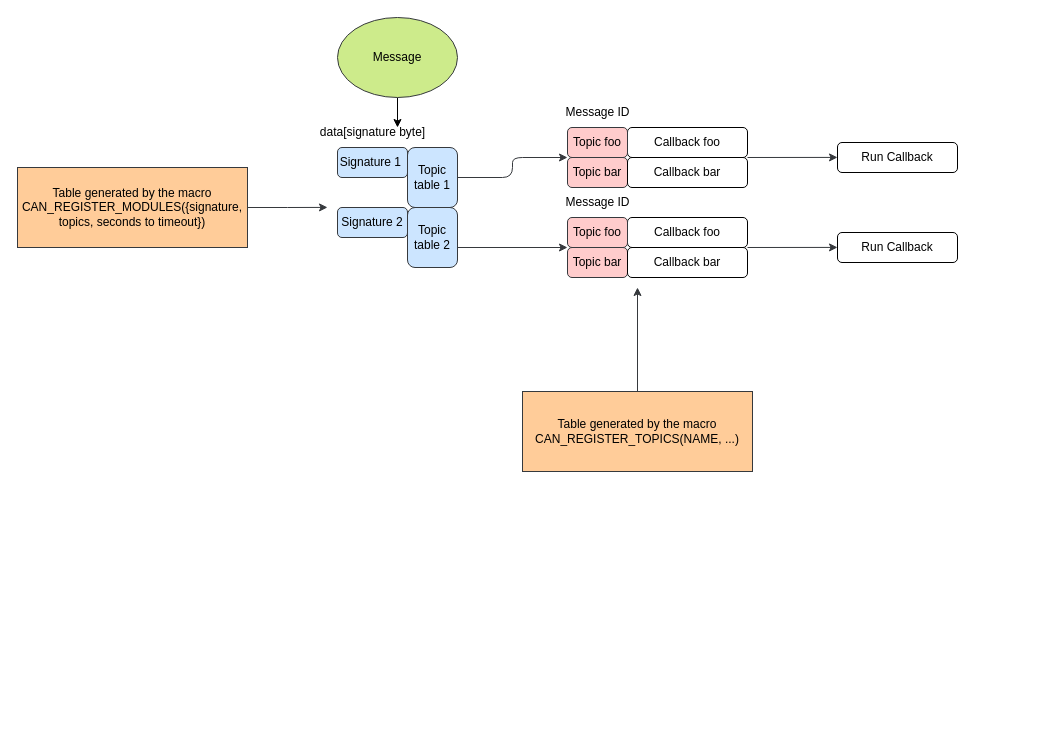
The draw.io diagram doc/CanParser.drawio in ZeniteSolar/CAN_PARSER, before the edit. Source tidied: cells renumbered, new cells numbered last; positions are measured from the earlier drawing's top-left corner, leaving out a move shared by most shapes. Both pictures are drawn from the tidied source at 100%, with x=0, y=0 at pixel (17, 17).
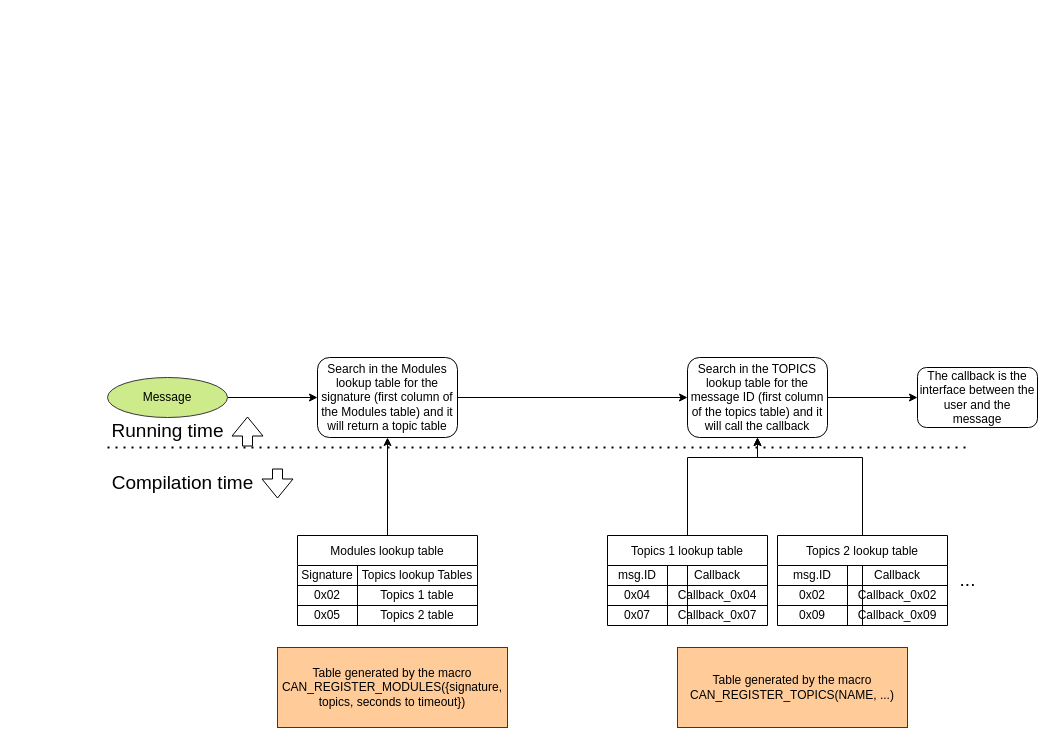
The same page after the edit.

Commit message (it also covers changes not shown here):
Create a better diagram

Diff of the diagram source:
```diff
@@
-    <mxCell id="2" style="edgeStyle=orthogonalEdgeStyle;rounded=0;orthogonalLoop=1;jettySize=auto;html=1;" parent="1" edge="1">
-      <mxGeometry relative="1" as="geometry">
-        <mxPoint x="380" y="80" as="sourcePoint" />
-        <mxPoint x="380" y="110" as="targetPoint" />
-      </mxGeometry>
-    </mxCell>
+    <mxCell id="29" style="edgeStyle=orthogonalEdgeStyle;rounded=0;jettySize=auto;html=1;exitX=1;exitY=0.5;exitDx=0;exitDy=0;entryX=0;entryY=0.5;entryDx=0;entryDy=0;" parent="1" edge="1" source="3" target="17">
+      <mxGeometry relative="1" as="geometry" />
+    </mxCell>
     <mxCell id="3" value="Message" style="ellipse;whiteSpace=wrap;html=1;fillColor=#cdeb8b;strokeColor=#36393d;" parent="1" vertex="1">
-      <mxGeometry x="320" width="120" height="80" as="geometry" />
+      <mxGeometry x="90" y="360" width="120" height="40" as="geometry" />
     </mxCell>
-    <mxCell id="4" value="Signature 1&amp;nbsp;" style="rounded=1;whiteSpace=wrap;html=1;fillColor=#cce5ff;strokeColor=#36393d;" parent="1" vertex="1">
-      <mxGeometry x="320" y="130" width="70" height="30" as="geometry" />
-    </mxCell>
-    <mxCell id="5" style="edgeStyle=orthogonalEdgeStyle;rounded=0;jettySize=auto;html=1;exitX=1;exitY=0.5;exitDx=0;exitDy=0;entryX=0;entryY=1;entryDx=0;entryDy=0;fillColor=#cdeb8b;strokeColor=#36393d;" parent="1" edge="1" target="20">
-      <mxGeometry relative="1" as="geometry">
-        <mxPoint x="440" y="205" as="sourcePoint" />
-        <Array as="points">
-          <mxPoint x="440" y="230" />
-        </Array>
-      </mxGeometry>
-    </mxCell>
-    <mxCell id="6" style="edgeStyle=orthogonalEdgeStyle;rounded=0;jettySize=auto;html=1;exitX=1;exitY=0.5;exitDx=0;exitDy=0;fillColor=#cdeb8b;strokeColor=#36393d;" parent="1" edge="1" source="7">
-      <mxGeometry relative="1" as="geometry">
-        <mxPoint x="310" y="189.9" as="targetPoint" />
-      </mxGeometry>
-    </mxCell>
-    <mxCell id="7" value="&lt;div&gt;Table generated by the macro&lt;/div&gt;&lt;div&gt;CAN_REGISTER_MODULES({signature, topics, seconds to timeout})&lt;/div&gt;" style="rounded=0;whiteSpace=wrap;html=1;fillColor=#ffcc99;strokeColor=#36393d;" parent="1" vertex="1">
-      <mxGeometry y="150" width="230" height="80" as="geometry" />
+    <mxCell id="7" value="&lt;div&gt;Table generated by the macro&lt;/div&gt;&lt;div&gt;CAN_REGISTER_MODULES({signature, topics, seconds to timeout})&lt;/div&gt;" style="rounded=0;whiteSpace=wrap;html=1;fillColor=#ffcc99;strokeColor=#36393d;flipV=0;" parent="1" vertex="1">
+      <mxGeometry x="260" y="630" width="230" height="80" as="geometry" />
     </mxCell>
-    <mxCell id="8" value="Topic bar" style="rounded=1;whiteSpace=wrap;html=1;fillColor=#ffcccc;strokeColor=#36393d;" parent="1" vertex="1">
-      <mxGeometry x="550" y="230" width="60" height="30" as="geometry" />
-    </mxCell>
-    <mxCell id="9" style="edgeStyle=orthogonalEdgeStyle;rounded=0;jettySize=auto;html=1;exitX=0.5;exitY=0;exitDx=0;exitDy=0;fillColor=#cdeb8b;strokeColor=#36393d;" parent="1" edge="1" source="10">
-      <mxGeometry relative="1" as="geometry">
-        <mxPoint x="620" y="270" as="targetPoint" />
-      </mxGeometry>
-    </mxCell>
-    <mxCell id="10" value="&lt;div&gt;Table generated by the macro&lt;/div&gt;CAN_REGISTER_TOPICS(NAME, ...) " style="rounded=0;whiteSpace=wrap;html=1;fillColor=#ffcc99;strokeColor=#36393d;" parent="1" vertex="1">
-      <mxGeometry x="505" y="374" width="230" height="80" as="geometry" />
+    <mxCell id="10" value="&lt;div&gt;Table generated by the macro&lt;/div&gt;CAN_REGISTER_TOPICS(NAME, ...) " style="rounded=0;whiteSpace=wrap;html=1;fillColor=#ffcc99;strokeColor=#36393d;flipV=0;" parent="1" vertex="1">
+      <mxGeometry x="660" y="630" width="230" height="80" as="geometry" />
     </mxCell>
-    <mxCell id="11" value="Callback foo" style="rounded=1;whiteSpace=wrap;html=1;" parent="1" vertex="1">
-      <mxGeometry x="610" y="200" width="120" height="30" as="geometry" />
-    </mxCell>
-    <mxCell id="12" style="edgeStyle=none;html=1;exitX=1;exitY=0;exitDx=0;exitDy=0;fillColor=#cdeb8b;strokeColor=#36393d;" parent="1" edge="1" source="13">
-      <mxGeometry relative="1" as="geometry">
-        <mxPoint x="820" y="229.9" as="targetPoint" />
-      </mxGeometry>
-    </mxCell>
-    <mxCell id="13" value="Callback bar" style="rounded=1;whiteSpace=wrap;html=1;" parent="1" vertex="1">
-      <mxGeometry x="610" y="230" width="120" height="30" as="geometry" />
-    </mxCell>
-    <mxCell id="14" value="data[signature byte]" style="text;html=1;align=center;verticalAlign=middle;strokeColor=none;fillColor=none;" parent="1" vertex="1">
-      <mxGeometry x="290" y="100" width="130" height="30" as="geometry" />
-    </mxCell>
-    <mxCell id="15" value="Message ID" style="text;html=1;align=center;verticalAlign=middle;strokeColor=none;fillColor=none;" parent="1" vertex="1">
-      <mxGeometry x="535" y="170" width="90" height="30" as="geometry" />
-    </mxCell>
-    <mxCell id="16" value="Signature 2" style="rounded=1;whiteSpace=wrap;html=1;fillColor=#cce5ff;strokeColor=#36393d;" parent="1" vertex="1">
-      <mxGeometry x="320" y="190" width="70" height="30" as="geometry" />
-    </mxCell>
+    <mxCell id="30" style="edgeStyle=orthogonalEdgeStyle;rounded=0;jettySize=auto;html=1;exitX=1;exitY=0.5;exitDx=0;exitDy=0;entryX=0;entryY=0.5;entryDx=0;entryDy=0;fontSize=19;" parent="1" edge="1" source="17" target="32">
+      <mxGeometry relative="1" as="geometry" />
+    </mxCell>
-    <mxCell id="17" style="edgeStyle=elbowEdgeStyle;html=1;exitX=1;exitY=0.5;exitDx=0;exitDy=0;entryX=0;entryY=1;entryDx=0;entryDy=0;fillColor=#cdeb8b;strokeColor=#36393d;" parent="1" edge="1" source="18" target="27">
-      <mxGeometry relative="1" as="geometry" />
+    <mxCell id="17" value="Search in the Modules lookup table for the signature (first column of the Modules table) and it will return a topic table" style="rounded=1;whiteSpace=wrap;html=1;" parent="1" vertex="1">
+      <mxGeometry x="300" y="340" width="140" height="80" as="geometry" />
     </mxCell>
-    <mxCell id="18" value="Topic table 1" style="rounded=1;whiteSpace=wrap;html=1;fillColor=#cce5ff;strokeColor=#36393d;" parent="1" vertex="1">
-      <mxGeometry x="390" y="130" width="50" height="60" as="geometry" />
-    </mxCell>
-    <mxCell id="19" value="Topic table 2" style="rounded=1;whiteSpace=wrap;html=1;fillColor=#cce5ff;strokeColor=#36393d;" parent="1" vertex="1">
-      <mxGeometry x="390" y="190" width="50" height="60" as="geometry" />
-    </mxCell>
-    <mxCell id="20" value="Topic foo" style="rounded=1;whiteSpace=wrap;html=1;fillColor=#ffcccc;strokeColor=#36393d;" parent="1" vertex="1">
-      <mxGeometry x="550" y="200" width="60" height="30" as="geometry" />
-    </mxCell>
-    <mxCell id="21" value="Run Callback" style="rounded=1;whiteSpace=wrap;html=1;" parent="1" vertex="1">
-      <mxGeometry x="820" y="215" width="120" height="30" as="geometry" />
-    </mxCell>
-    <mxCell id="22" value="Topic bar" style="rounded=1;whiteSpace=wrap;html=1;fillColor=#ffcccc;strokeColor=#36393d;" parent="1" vertex="1">
-      <mxGeometry x="550" y="140" width="60" height="30" as="geometry" />
-    </mxCell>
-    <mxCell id="23" value="Callback foo" style="rounded=1;whiteSpace=wrap;html=1;" parent="1" vertex="1">
-      <mxGeometry x="610" y="110" width="120" height="30" as="geometry" />
-    </mxCell>
-    <mxCell id="24" style="edgeStyle=none;html=1;exitX=1;exitY=0;exitDx=0;exitDy=0;fillColor=#cdeb8b;strokeColor=#36393d;" parent="1" edge="1" source="25">
-      <mxGeometry relative="1" as="geometry">
-        <mxPoint x="820" y="139.9" as="targetPoint" />
-      </mxGeometry>
-    </mxCell>
-    <mxCell id="25" value="Callback bar" style="rounded=1;whiteSpace=wrap;html=1;" parent="1" vertex="1">
-      <mxGeometry x="610" y="140" width="120" height="30" as="geometry" />
-    </mxCell>
-    <mxCell id="26" value="Message ID" style="text;html=1;align=center;verticalAlign=middle;strokeColor=none;fillColor=none;" parent="1" vertex="1">
-      <mxGeometry x="535" y="80" width="90" height="30" as="geometry" />
-    </mxCell>
-    <mxCell id="27" value="Topic foo" style="rounded=1;whiteSpace=wrap;html=1;fillColor=#ffcccc;strokeColor=#36393d;" parent="1" vertex="1">
-      <mxGeometry x="550" y="110" width="60" height="30" as="geometry" />
-    </mxCell>
-    <mxCell id="28" value="Run Callback" style="rounded=1;whiteSpace=wrap;html=1;" parent="1" vertex="1">
-      <mxGeometry x="820" y="125" width="120" height="30" as="geometry" />
-    </mxCell>
+    <mxCell id="31" style="edgeStyle=orthogonalEdgeStyle;rounded=0;jettySize=auto;html=1;fontSize=19;" parent="1" edge="1" source="32" target="67">
+      <mxGeometry relative="1" as="geometry" />
+    </mxCell>
+    <mxCell id="32" value="Search in the TOPICS lookup table for the message ID (first column of the topics table) and it will call the callback" style="rounded=1;whiteSpace=wrap;html=1;" parent="1" vertex="1">
+      <mxGeometry x="670" y="340" width="140" height="80" as="geometry" />
+    </mxCell>
+    <mxCell id="33" style="edgeStyle=orthogonalEdgeStyle;rounded=0;jettySize=auto;html=1;exitX=0.5;exitY=0;exitDx=0;exitDy=0;entryX=0.5;entryY=1;entryDx=0;entryDy=0;fontSize=19;" parent="1" edge="1" source="34" target="17">
+      <mxGeometry relative="1" as="geometry" />
+    </mxCell>
+    <mxCell id="34" value="Modules lookup table" style="shape=table;startSize=30;childLayout=tableLayout;flipV=0;" parent="1" vertex="1">
+      <mxGeometry x="280" y="518" width="180" height="90" as="geometry" />
+    </mxCell>
+    <mxCell id="35" style="shape=tableRow;horizontal=0;startSize=0;swimlaneHead=0;swimlaneBody=0;strokeColor=inherit;top=0;left=0;bottom=0;right=0;fillColor=none;" parent="34" vertex="1">
+      <mxGeometry y="30" width="180" height="20" as="geometry" />
+    </mxCell>
+    <mxCell id="36" value="Signature" style="shape=partialRectangle;html=1;whiteSpace=wrap;strokeColor=inherit;overflow=hidden;fillColor=none;top=0;left=0;bottom=0;right=0;" parent="35" vertex="1">
+      <mxGeometry width="60" height="20" as="geometry" />
+    </mxCell>
+    <mxCell id="37" value="Topics lookup Tables" style="shape=partialRectangle;html=1;whiteSpace=wrap;strokeColor=inherit;overflow=hidden;fillColor=none;top=0;left=0;bottom=0;right=0;" parent="35" vertex="1">
+      <mxGeometry x="60" width="120" height="20" as="geometry" />
+    </mxCell>
+    <mxCell id="38" style="shape=tableRow;horizontal=0;startSize=0;swimlaneHead=0;swimlaneBody=0;strokeColor=inherit;top=0;left=0;bottom=0;right=0;fillColor=none;" parent="34" vertex="1">
+      <mxGeometry y="50" width="180" height="20" as="geometry" />
+    </mxCell>
+    <mxCell id="39" value="0x02" style="shape=partialRectangle;html=1;whiteSpace=wrap;strokeColor=inherit;overflow=hidden;fillColor=none;top=0;left=0;bottom=0;right=0;" parent="38" vertex="1">
+      <mxGeometry width="60" height="20" as="geometry" />
+    </mxCell>
+    <mxCell id="40" value="Topics 1 table" style="shape=partialRectangle;html=1;whiteSpace=wrap;strokeColor=inherit;overflow=hidden;fillColor=none;top=0;left=0;bottom=0;right=0;" parent="38" vertex="1">
+      <mxGeometry x="60" width="120" height="20" as="geometry" />
+    </mxCell>
+    <mxCell id="41" style="shape=tableRow;horizontal=0;startSize=0;swimlaneHead=0;swimlaneBody=0;strokeColor=inherit;top=0;left=0;bottom=0;right=0;fillColor=none;" parent="34" vertex="1">
+      <mxGeometry y="70" width="180" height="20" as="geometry" />
+    </mxCell>
+    <mxCell id="42" value="0x05" style="shape=partialRectangle;html=1;whiteSpace=wrap;strokeColor=inherit;overflow=hidden;fillColor=none;top=0;left=0;bottom=0;right=0;" parent="41" vertex="1">
+      <mxGeometry width="60" height="20" as="geometry" />
+    </mxCell>
+    <mxCell id="43" value="Topics 2 table" style="shape=partialRectangle;html=1;whiteSpace=wrap;strokeColor=inherit;overflow=hidden;fillColor=none;top=0;left=0;bottom=0;right=0;" parent="41" vertex="1">
+      <mxGeometry x="60" width="120" height="20" as="geometry" />
+    </mxCell>
+    <mxCell id="44" style="edgeStyle=orthogonalEdgeStyle;rounded=0;jettySize=auto;html=1;fontSize=19;exitX=0.5;exitY=0.944;exitDx=0;exitDy=0;exitPerimeter=0;entryX=0.5;entryY=1;entryDx=0;entryDy=0;" parent="1" edge="1" source="52" target="32">
+      <mxGeometry relative="1" as="geometry">
+        <Array as="points">
+          <mxPoint x="670" y="440" />
+          <mxPoint x="740" y="440" />
+        </Array>
+      </mxGeometry>
+    </mxCell>
+    <mxCell id="45" value="Topics 1 lookup table" style="shape=table;startSize=30;childLayout=tableLayout;flipV=0;" parent="1" vertex="1">
+      <mxGeometry x="590" y="518" width="160" height="90" as="geometry" />
+    </mxCell>
+    <mxCell id="46" style="shape=tableRow;horizontal=0;startSize=0;swimlaneHead=0;swimlaneBody=0;strokeColor=inherit;top=0;left=0;bottom=0;right=0;fillColor=none;" parent="45" vertex="1">
+      <mxGeometry y="30" width="160" height="20" as="geometry" />
+    </mxCell>
+    <mxCell id="47" value="msg.ID" style="shape=partialRectangle;html=1;whiteSpace=wrap;strokeColor=inherit;overflow=hidden;fillColor=none;top=0;left=0;bottom=0;right=0;" parent="46" vertex="1">
+      <mxGeometry width="60" height="20" as="geometry" />
+    </mxCell>
+    <mxCell id="48" value="Callback" style="shape=partialRectangle;html=1;whiteSpace=wrap;strokeColor=inherit;overflow=hidden;fillColor=none;top=0;left=0;bottom=0;right=0;" parent="46" vertex="1">
+      <mxGeometry x="60" width="100" height="20" as="geometry" />
+    </mxCell>
+    <mxCell id="49" style="shape=tableRow;horizontal=0;startSize=0;swimlaneHead=0;swimlaneBody=0;strokeColor=inherit;top=0;left=0;bottom=0;right=0;fillColor=none;" parent="45" vertex="1">
+      <mxGeometry y="50" width="160" height="20" as="geometry" />
+    </mxCell>
+    <mxCell id="50" value="0x04" style="shape=partialRectangle;html=1;whiteSpace=wrap;strokeColor=inherit;overflow=hidden;fillColor=none;top=0;left=0;bottom=0;right=0;" parent="49" vertex="1">
+      <mxGeometry width="60" height="20" as="geometry" />
+    </mxCell>
+    <mxCell id="51" value="Callback_0x04" style="shape=partialRectangle;html=1;whiteSpace=wrap;strokeColor=inherit;overflow=hidden;fillColor=none;top=0;left=0;bottom=0;right=0;" parent="49" vertex="1">
+      <mxGeometry x="60" width="100" height="20" as="geometry" />
+    </mxCell>
+    <mxCell id="52" style="shape=tableRow;horizontal=0;startSize=0;swimlaneHead=0;swimlaneBody=0;strokeColor=inherit;top=0;left=0;bottom=0;right=0;fillColor=none;points=[[0,0.5],[1,0.5]];portConstraint=eastwest;" parent="45" vertex="1">
+      <mxGeometry y="70" width="160" height="20" as="geometry" />
+    </mxCell>
+    <mxCell id="53" value="0x07" style="shape=partialRectangle;html=1;whiteSpace=wrap;strokeColor=inherit;overflow=hidden;fillColor=none;top=0;left=0;bottom=0;right=0;" parent="52" vertex="1">
+      <mxGeometry width="60" height="20" as="geometry" />
+    </mxCell>
+    <mxCell id="54" value="Callback_0x07" style="shape=partialRectangle;html=1;whiteSpace=wrap;strokeColor=inherit;overflow=hidden;fillColor=none;top=0;left=0;bottom=0;right=0;" parent="52" vertex="1">
+      <mxGeometry x="60" width="100" height="20" as="geometry" />
+    </mxCell>
+    <mxCell id="55" style="edgeStyle=orthogonalEdgeStyle;rounded=0;jettySize=auto;html=1;exitX=0.5;exitY=1;exitDx=0;exitDy=0;fontSize=19;" parent="1" edge="1" source="56">
+      <mxGeometry relative="1" as="geometry">
+        <mxPoint x="740" y="420" as="targetPoint" />
+        <Array as="points">
+          <mxPoint x="845" y="440" />
+          <mxPoint x="740" y="440" />
+        </Array>
+      </mxGeometry>
+    </mxCell>
+    <mxCell id="56" value="Topics 2 lookup table" style="shape=table;startSize=30;childLayout=tableLayout;flipV=0;" parent="1" vertex="1">
+      <mxGeometry x="760" y="518" width="170" height="90" as="geometry" />
+    </mxCell>
+    <mxCell id="57" style="shape=tableRow;horizontal=0;startSize=0;swimlaneHead=0;swimlaneBody=0;strokeColor=inherit;top=0;left=0;bottom=0;right=0;fillColor=none;" parent="56" vertex="1">
+      <mxGeometry y="30" width="170" height="20" as="geometry" />
+    </mxCell>
+    <mxCell id="58" value="msg.ID" style="shape=partialRectangle;html=1;whiteSpace=wrap;strokeColor=inherit;overflow=hidden;fillColor=none;top=0;left=0;bottom=0;right=0;" parent="57" vertex="1">
+      <mxGeometry width="70" height="20" as="geometry" />
+    </mxCell>
+    <mxCell id="59" value="Callback" style="shape=partialRectangle;html=1;whiteSpace=wrap;strokeColor=inherit;overflow=hidden;fillColor=none;top=0;left=0;bottom=0;right=0;" parent="57" vertex="1">
+      <mxGeometry x="70" width="100" height="20" as="geometry" />
+    </mxCell>
+    <mxCell id="60" style="shape=tableRow;horizontal=0;startSize=0;swimlaneHead=0;swimlaneBody=0;strokeColor=inherit;top=0;left=0;bottom=0;right=0;fillColor=none;" parent="56" vertex="1">
+      <mxGeometry y="50" width="170" height="20" as="geometry" />
+    </mxCell>
+    <mxCell id="61" value="0x02" style="shape=partialRectangle;html=1;whiteSpace=wrap;strokeColor=inherit;overflow=hidden;fillColor=none;top=0;left=0;bottom=0;right=0;" parent="60" vertex="1">
+      <mxGeometry width="70" height="20" as="geometry" />
+    </mxCell>
+    <mxCell id="62" value="Callback_0x02" style="shape=partialRectangle;html=1;whiteSpace=wrap;strokeColor=inherit;overflow=hidden;fillColor=none;top=0;left=0;bottom=0;right=0;" parent="60" vertex="1">
+      <mxGeometry x="70" width="100" height="20" as="geometry" />
+    </mxCell>
+    <mxCell id="63" style="shape=tableRow;horizontal=0;startSize=0;swimlaneHead=0;swimlaneBody=0;strokeColor=inherit;top=0;left=0;bottom=0;right=0;fillColor=none;" parent="56" vertex="1">
+      <mxGeometry y="70" width="170" height="20" as="geometry" />
+    </mxCell>
+    <mxCell id="64" value="0x09" style="shape=partialRectangle;html=1;whiteSpace=wrap;strokeColor=inherit;overflow=hidden;fillColor=none;top=0;left=0;bottom=0;right=0;" parent="63" vertex="1">
+      <mxGeometry width="70" height="20" as="geometry" />
+    </mxCell>
+    <mxCell id="65" value="Callback_0x09" style="shape=partialRectangle;html=1;whiteSpace=wrap;strokeColor=inherit;overflow=hidden;fillColor=none;top=0;left=0;bottom=0;right=0;" parent="63" vertex="1">
+      <mxGeometry x="70" width="100" height="20" as="geometry" />
+    </mxCell>
+    <mxCell id="66" value="..." style="text;html=1;align=center;verticalAlign=middle;strokeColor=none;fillColor=none;fontSize=19;flipV=0;" parent="1" vertex="1">
+      <mxGeometry x="930" y="543" width="40" height="40" as="geometry" />
+    </mxCell>
+    <mxCell id="67" value="The callback is the interface between the user and the message" style="whiteSpace=wrap;html=1;rounded=1;" parent="1" vertex="1">
+      <mxGeometry x="900" y="350" width="120" height="60" as="geometry" />
+    </mxCell>
+    <mxCell id="68" style="endArrow=none;dashed=1;html=1;dashPattern=1 3;strokeWidth=2;rounded=0;fontSize=19;" parent="1" edge="1">
+      <mxGeometry relative="1" as="geometry">
+        <mxPoint x="90" y="430" as="sourcePoint" />
+        <mxPoint x="950" y="430" as="targetPoint" />
+      </mxGeometry>
+    </mxCell>
+    <mxCell id="69" value="Running time" style="text;html=1;align=center;verticalAlign=middle;strokeColor=none;fillColor=none;fontSize=19;" parent="1" vertex="1">
+      <mxGeometry x="80" y="394" width="140" height="40" as="geometry" />
+    </mxCell>
+    <mxCell id="70" value="Compilation time" style="text;html=1;align=center;verticalAlign=middle;strokeColor=none;fillColor=none;fontSize=19;flipV=0;" parent="1" vertex="1">
+      <mxGeometry x="80" y="446" width="170" height="40" as="geometry" />
+    </mxCell>
+    <mxCell id="71" style="shape=flexArrow;endArrow=classic;html=1;rounded=0;fontSize=19;" parent="1" edge="1">
+      <mxGeometry relative="1" as="geometry">
+        <mxPoint x="260" y="451" as="sourcePoint" />
+        <mxPoint x="260" y="481" as="targetPoint" />
+      </mxGeometry>
+    </mxCell>
+    <mxCell id="72" style="shape=flexArrow;endArrow=classic;html=1;rounded=0;fontSize=19;" parent="1" edge="1">
+      <mxGeometry relative="1" as="geometry">
+        <mxPoint x="230" y="429" as="sourcePoint" />
+        <mxPoint x="230" y="399" as="targetPoint" />
+      </mxGeometry>
+    </mxCell>
```
